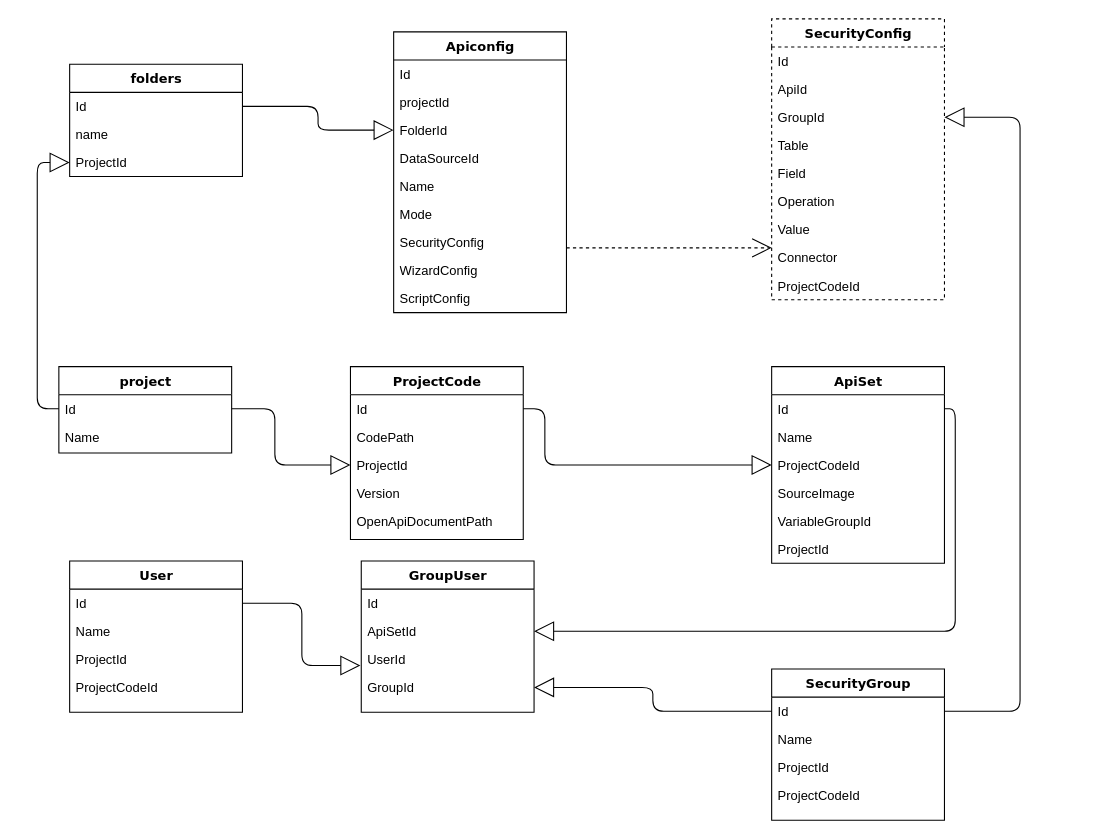
The draw.io diagram Untitled Diagram.drawio in JohnXu/JohnDiagrams, before the edit. Source tidied: cells renumbered, new cells numbered last; positions are measured from the earlier drawing's top-left corner, leaving out a move shared by most shapes. Both pictures are drawn from the tidied source at 108%, with x=0, y=0 at pixel (37, 18).
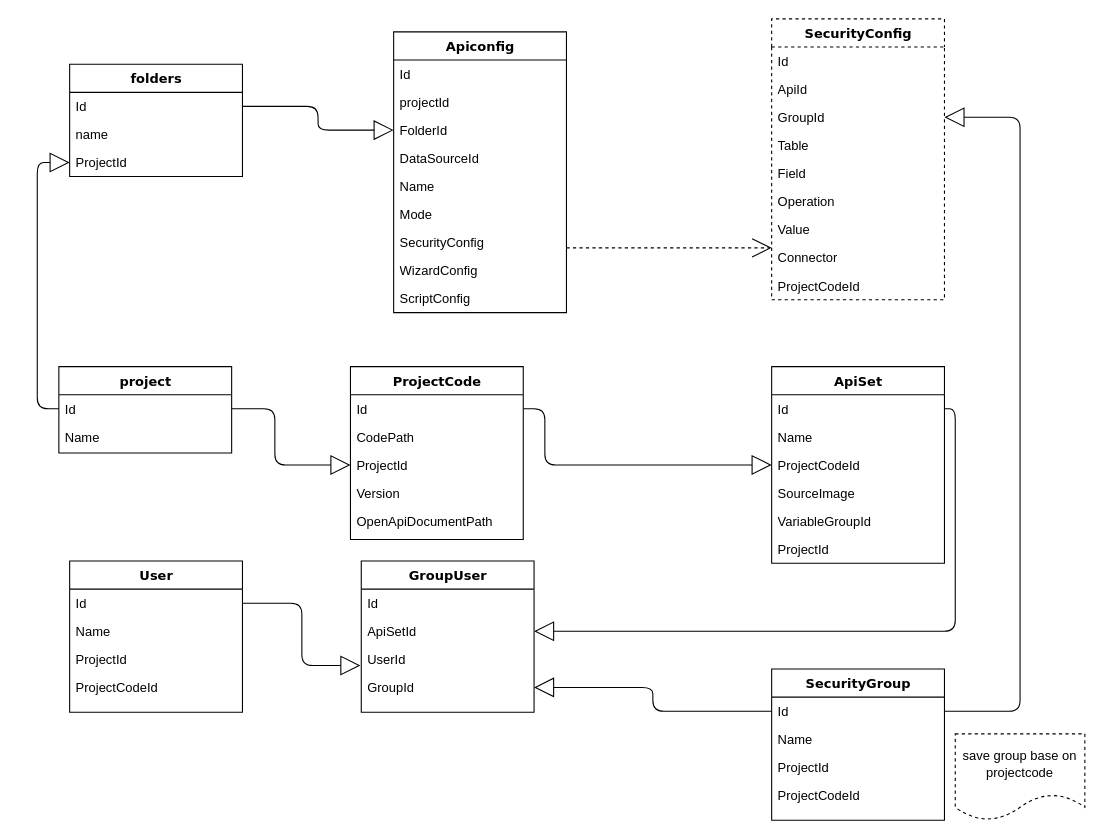
Above is the later version.

Diff of the diagram source:
```diff
@@
+    <mxCell id="66" value="save group base on projectcode" style="shape=document;whiteSpace=wrap;html=1;boundedLbl=1;dashed=1;" parent="1" vertex="1">
+      <mxGeometry x="850" y="662" width="120" height="80" as="geometry" />
+    </mxCell>
```
